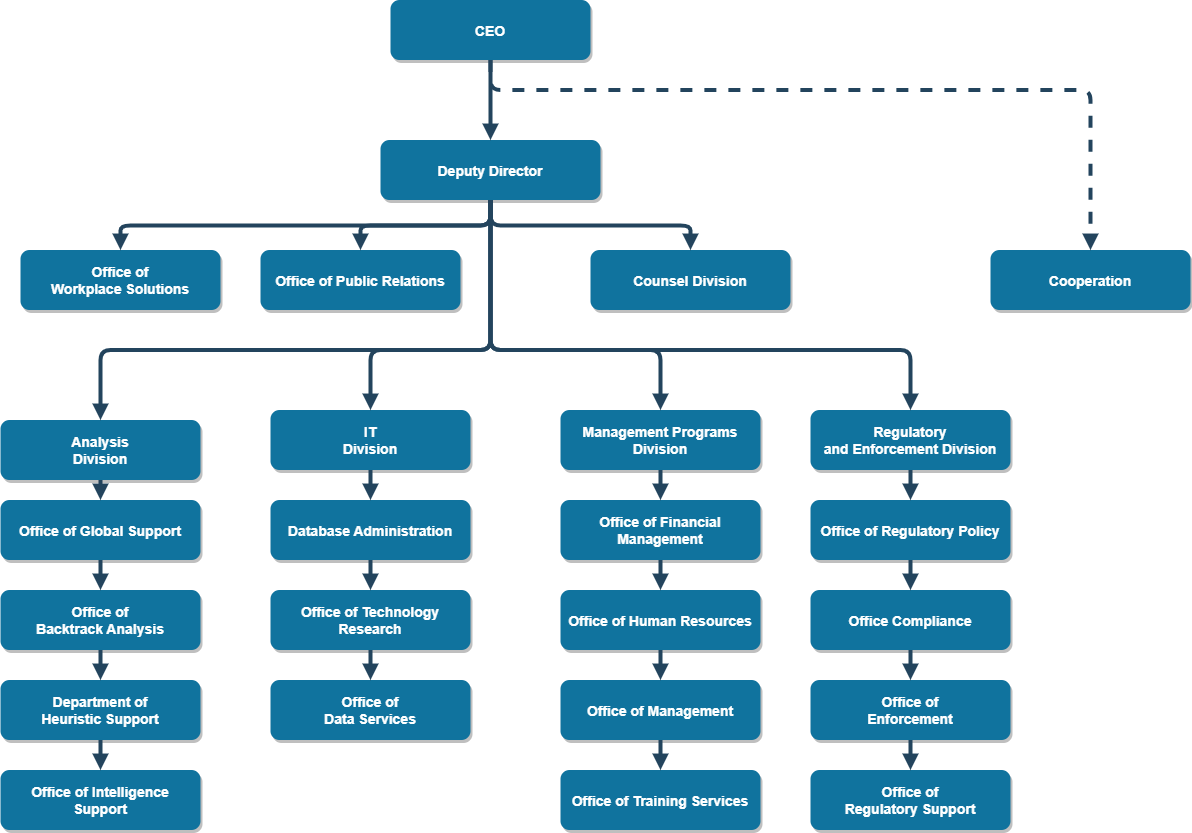
Before: Heirarchy of Project Modules/Frame(Event).drawio.png, a diagram exported from draw.io (kaisunoo/Acads). Source tidied: cells renumbered, new cells last; positions are measured from the earlier drawing's top-left corner, leaving out a move shared by most shapes.
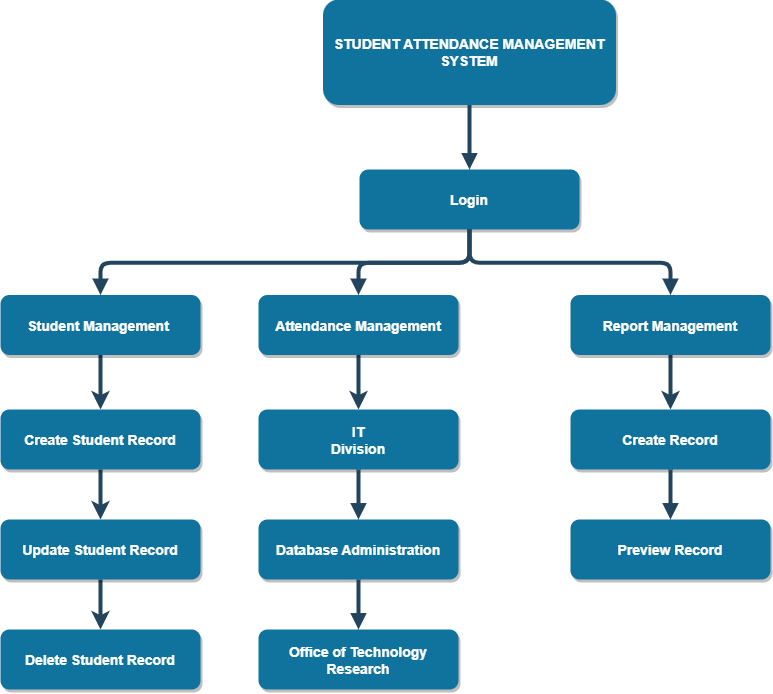
The same diagram one commit later.

Commit message:
Update Heirarchy of Project Modules/Frame(Event).drawio.png

Change to the diagram source:
```diff
@@ -2,81 +2,57 @@
   <root>
     <mxCell id="0" />
     <mxCell id="1" parent="0" />
-    <mxCell id="2" value="CEO" style="rounded=1;fillColor=#10739E;strokeColor=none;shadow=1;gradientColor=none;fontStyle=1;fontColor=#FFFFFF;fontSize=14;" parent="1" vertex="1">
-      <mxGeometry x="390" y="-0.5" width="200" height="60" as="geometry" />
+    <mxCell id="2" value="STUDENT ATTENDANCE MANAGEMENT &#10;SYSTEM" style="rounded=1;fillColor=#10739E;strokeColor=none;shadow=1;gradientColor=none;fontStyle=1;fontColor=#FFFFFF;fontSize=14;" parent="1" vertex="1">
+      <mxGeometry x="342.5" y="-46" width="293" height="105.5" as="geometry" />
     </mxCell>
-    <mxCell id="3" value="Deputy Director" style="rounded=1;fillColor=#10739E;strokeColor=none;shadow=1;gradientColor=none;fontStyle=1;fontColor=#FFFFFF;fontSize=14;" parent="1" vertex="1">
-      <mxGeometry x="380" y="139.5" width="220" height="60" as="geometry" />
+    <mxCell id="3" value="Login" style="rounded=1;fillColor=#10739E;strokeColor=none;shadow=1;gradientColor=none;fontStyle=1;fontColor=#FFFFFF;fontSize=14;" parent="1" vertex="1">
+      <mxGeometry x="379" y="124" width="220" height="60" as="geometry" />
     </mxCell>
+    <mxCell id="51" style="edgeStyle=orthogonalEdgeStyle;rounded=0;jettySize=auto;html=1;strokeWidth=4;strokeColor=#23445D;" parent="1" edge="1" source="4" target="8">
+      <mxGeometry relative="1" as="geometry" />
+    </mxCell>
-    <mxCell id="4" value="Office of &#10;Workplace Solutions" style="rounded=1;fillColor=#10739E;strokeColor=none;shadow=1;gradientColor=none;fontStyle=1;fontColor=#FFFFFF;fontSize=14;" parent="1" vertex="1">
+    <mxCell id="4" value="Student Management " style="rounded=1;fillColor=#10739E;strokeColor=none;shadow=1;gradientColor=none;fontStyle=1;fontColor=#FFFFFF;fontSize=14;" parent="1" vertex="1">
       <mxGeometry x="20" y="249.5" width="200" height="60" as="geometry" />
     </mxCell>
+    <mxCell id="52" style="edgeStyle=orthogonalEdgeStyle;rounded=0;jettySize=auto;html=1;exitX=0.5;exitY=1;exitDx=0;exitDy=0;entryX=0.5;entryY=0;entryDx=0;entryDy=0;strokeWidth=4;strokeColor=#23445D;" parent="1" edge="1" source="5" target="13">
+      <mxGeometry relative="1" as="geometry" />
+    </mxCell>
-    <mxCell id="5" value="Office of Public Relations" style="rounded=1;fillColor=#10739E;strokeColor=none;shadow=1;gradientColor=none;fontStyle=1;fontColor=#FFFFFF;fontSize=14;" parent="1" vertex="1">
-      <mxGeometry x="260" y="249.5" width="200" height="60" as="geometry" />
+    <mxCell id="5" value="Attendance Management" style="rounded=1;fillColor=#10739E;strokeColor=none;shadow=1;gradientColor=none;fontStyle=1;fontColor=#FFFFFF;fontSize=14;" parent="1" vertex="1">
+      <mxGeometry x="278" y="249.5" width="200" height="60" as="geometry" />
     </mxCell>
+    <mxCell id="53" style="edgeStyle=orthogonalEdgeStyle;rounded=0;jettySize=auto;html=1;exitX=0.5;exitY=1;exitDx=0;exitDy=0;entryX=0.5;entryY=0;entryDx=0;entryDy=0;strokeColor=#23445D;strokeWidth=4;" parent="1" edge="1" source="6" target="20">
+      <mxGeometry relative="1" as="geometry" />
+    </mxCell>
-    <mxCell id="6" value="Counsel Division" style="rounded=1;fillColor=#10739E;strokeColor=none;shadow=1;gradientColor=none;fontStyle=1;fontColor=#FFFFFF;fontSize=14;" parent="1" vertex="1">
+    <mxCell id="6" value="Report Management" style="rounded=1;fillColor=#10739E;strokeColor=none;shadow=1;gradientColor=none;fontStyle=1;fontColor=#FFFFFF;fontSize=14;" parent="1" vertex="1">
       <mxGeometry x="590" y="249.5" width="200" height="60" as="geometry" />
     </mxCell>
-    <mxCell id="7" value="Cooperation" style="rounded=1;fillColor=#10739E;strokeColor=none;shadow=1;gradientColor=none;fontStyle=1;fontColor=#FFFFFF;fontSize=14;" parent="1" vertex="1">
-      <mxGeometry x="990" y="249.5" width="200" height="60" as="geometry" />
-    </mxCell>
+    <mxCell id="54" style="edgeStyle=orthogonalEdgeStyle;rounded=0;jettySize=auto;html=1;exitX=0.5;exitY=1;exitDx=0;exitDy=0;entryX=0.5;entryY=0;entryDx=0;entryDy=0;strokeWidth=4;strokeColor=#23445D;" parent="1" edge="1" source="8" target="16">
+      <mxGeometry relative="1" as="geometry" />
+    </mxCell>
-    <mxCell id="8" value="Analysis &#10;Division" style="rounded=1;fillColor=#10739E;strokeColor=none;shadow=1;gradientColor=none;fontStyle=1;fontColor=#FFFFFF;fontSize=14;" parent="1" vertex="1">
-      <mxGeometry y="419.5" width="200" height="60" as="geometry" />
+    <mxCell id="8" value="Create Student Record" style="rounded=1;fillColor=#10739E;strokeColor=none;shadow=1;gradientColor=none;fontStyle=1;fontColor=#FFFFFF;fontSize=14;" parent="1" vertex="1">
+      <mxGeometry x="20" y="364" width="200" height="60" as="geometry" />
     </mxCell>
-    <mxCell id="9" value="Office of Global Support" style="rounded=1;fillColor=#10739E;strokeColor=none;shadow=1;gradientColor=none;fontStyle=1;fontColor=#FFFFFF;fontSize=14;" parent="1" vertex="1">
-      <mxGeometry y="499.5" width="200" height="60" as="geometry" />
-    </mxCell>
-    <mxCell id="10" value="Office of &#10;Backtrack Analysis" style="rounded=1;fillColor=#10739E;strokeColor=none;shadow=1;gradientColor=none;fontStyle=1;fontColor=#FFFFFF;fontSize=14;" parent="1" vertex="1">
-      <mxGeometry y="589.5" width="200" height="60" as="geometry" />
-    </mxCell>
-    <mxCell id="11" value="Department of &#10;Heuristic Support" style="rounded=1;fillColor=#10739E;strokeColor=none;shadow=1;gradientColor=none;fontStyle=1;fontColor=#FFFFFF;fontSize=14;" parent="1" vertex="1">
-      <mxGeometry y="679.5" width="200" height="60" as="geometry" />
-    </mxCell>
-    <mxCell id="12" value="Office of Intelligence &#10;Support" style="rounded=1;fillColor=#10739E;strokeColor=none;shadow=1;gradientColor=none;fontStyle=1;fontColor=#FFFFFF;fontSize=14;" parent="1" vertex="1">
-      <mxGeometry y="769.5" width="200" height="60" as="geometry" />
-    </mxCell>
     <mxCell id="13" value="IT&#10;Division" style="rounded=1;fillColor=#10739E;strokeColor=none;shadow=1;gradientColor=none;fontStyle=1;fontColor=#FFFFFF;fontSize=14;" parent="1" vertex="1">
-      <mxGeometry x="270" y="409.5" width="200" height="60" as="geometry" />
+      <mxGeometry x="278" y="364" width="200" height="60" as="geometry" />
     </mxCell>
     <mxCell id="14" value="Database Administration" style="rounded=1;fillColor=#10739E;strokeColor=none;shadow=1;gradientColor=none;fontStyle=1;fontColor=#FFFFFF;fontSize=14;" parent="1" vertex="1">
-      <mxGeometry x="270" y="499.5" width="200" height="60" as="geometry" />
+      <mxGeometry x="278" y="474" width="200" height="60" as="geometry" />
     </mxCell>
     <mxCell id="15" value="Office of Technology &#10;Research" style="rounded=1;fillColor=#10739E;strokeColor=none;shadow=1;gradientColor=none;fontStyle=1;fontColor=#FFFFFF;fontSize=14;" parent="1" vertex="1">
-      <mxGeometry x="270" y="589.5" width="200" height="60" as="geometry" />
+      <mxGeometry x="278" y="584" width="200" height="60" as="geometry" />
     </mxCell>
+    <mxCell id="55" style="edgeStyle=orthogonalEdgeStyle;rounded=0;jettySize=auto;html=1;exitX=0.5;exitY=1;exitDx=0;exitDy=0;entryX=0.5;entryY=0;entryDx=0;entryDy=0;strokeWidth=4;strokeColor=#23445D;" parent="1" edge="1" source="16" target="56">
+      <mxGeometry relative="1" as="geometry" />
+    </mxCell>
-    <mxCell id="16" value="Office of&#10;Data Services" style="rounded=1;fillColor=#10739E;strokeColor=none;shadow=1;gradientColor=none;fontStyle=1;fontColor=#FFFFFF;fontSize=14;" parent="1" vertex="1">
-      <mxGeometry x="270" y="679.5" width="200" height="60" as="geometry" />
+    <mxCell id="16" value="Update Student Record" style="rounded=1;fillColor=#10739E;strokeColor=none;shadow=1;gradientColor=none;fontStyle=1;fontColor=#FFFFFF;fontSize=14;" parent="1" vertex="1">
+      <mxGeometry x="20" y="474" width="200" height="60" as="geometry" />
     </mxCell>
-    <mxCell id="17" value="Management Programs &#10;Division" style="rounded=1;fillColor=#10739E;strokeColor=none;shadow=1;gradientColor=none;fontStyle=1;fontColor=#FFFFFF;fontSize=14;" parent="1" vertex="1">
-      <mxGeometry x="560" y="409.5" width="200" height="60" as="geometry" />
-    </mxCell>
-    <mxCell id="18" value="Office of Financial &#10;Management" style="rounded=1;fillColor=#10739E;strokeColor=none;shadow=1;gradientColor=none;fontStyle=1;fontColor=#FFFFFF;fontSize=14;" parent="1" vertex="1">
-      <mxGeometry x="560" y="499.5" width="200" height="60" as="geometry" />
-    </mxCell>
-    <mxCell id="19" value="Office of Human Resources" style="rounded=1;fillColor=#10739E;strokeColor=none;shadow=1;gradientColor=none;fontStyle=1;fontColor=#FFFFFF;fontSize=14;" parent="1" vertex="1">
-      <mxGeometry x="560" y="589.5" width="200" height="60" as="geometry" />
-    </mxCell>
-    <mxCell id="20" value="Office of Management " style="rounded=1;fillColor=#10739E;strokeColor=none;shadow=1;gradientColor=none;fontStyle=1;fontColor=#FFFFFF;fontSize=14;" parent="1" vertex="1">
-      <mxGeometry x="560" y="679.5" width="200" height="60" as="geometry" />
+    <mxCell id="20" value="Create Record" style="rounded=1;fillColor=#10739E;strokeColor=none;shadow=1;gradientColor=none;fontStyle=1;fontColor=#FFFFFF;fontSize=14;" parent="1" vertex="1">
+      <mxGeometry x="590" y="364" width="200" height="60" as="geometry" />
     </mxCell>
-    <mxCell id="21" value="Office of Training Services" style="rounded=1;fillColor=#10739E;strokeColor=none;shadow=1;gradientColor=none;fontStyle=1;fontColor=#FFFFFF;fontSize=14;" parent="1" vertex="1">
-      <mxGeometry x="560" y="769.5" width="200" height="60" as="geometry" />
+    <mxCell id="21" value="Preview Record" style="rounded=1;fillColor=#10739E;strokeColor=none;shadow=1;gradientColor=none;fontStyle=1;fontColor=#FFFFFF;fontSize=14;" parent="1" vertex="1">
+      <mxGeometry x="590" y="474" width="200" height="60" as="geometry" />
     </mxCell>
-    <mxCell id="22" value="Regulatory &#10;and Enforcement Division" style="rounded=1;fillColor=#10739E;strokeColor=none;shadow=1;gradientColor=none;fontStyle=1;fontColor=#FFFFFF;fontSize=14;" parent="1" vertex="1">
-      <mxGeometry x="810" y="409.5" width="200" height="60" as="geometry" />
-    </mxCell>
-    <mxCell id="23" value="Office of Regulatory Policy" style="rounded=1;fillColor=#10739E;strokeColor=none;shadow=1;gradientColor=none;fontStyle=1;fontColor=#FFFFFF;fontSize=14;" parent="1" vertex="1">
-      <mxGeometry x="810" y="499.5" width="200" height="60" as="geometry" />
-    </mxCell>
-    <mxCell id="24" value="Office Compliance" style="rounded=1;fillColor=#10739E;strokeColor=none;shadow=1;gradientColor=none;fontStyle=1;fontColor=#FFFFFF;fontSize=14;" parent="1" vertex="1">
-      <mxGeometry x="810" y="589.5" width="200" height="60" as="geometry" />
-    </mxCell>
-    <mxCell id="25" value="Office of &#10;Enforcement" style="rounded=1;fillColor=#10739E;strokeColor=none;shadow=1;gradientColor=none;fontStyle=1;fontColor=#FFFFFF;fontSize=14;" parent="1" vertex="1">
-      <mxGeometry x="810" y="679.5" width="200" height="60" as="geometry" />
-    </mxCell>
-    <mxCell id="26" value="Office of&#10; Regulatory Support" style="rounded=1;fillColor=#10739E;strokeColor=none;shadow=1;gradientColor=none;fontStyle=1;fontColor=#FFFFFF;fontSize=14;" parent="1" vertex="1">
-      <mxGeometry x="810" y="769.5" width="200" height="60" as="geometry" />
-    </mxCell>
     <mxCell id="27" style="edgeStyle=elbowEdgeStyle;elbow=vertical;strokeWidth=4;endArrow=block;endFill=1;fontStyle=1;strokeColor=#23445D;" parent="1" edge="1" source="2" target="3">
       <mxGeometry x="22" y="165.5" as="geometry" />
     </mxCell>
@@ -89,85 +65,17 @@
     <mxCell id="30" style="edgeStyle=elbowEdgeStyle;elbow=vertical;strokeWidth=4;endArrow=block;endFill=1;fontStyle=1;strokeColor=#23445D;" parent="1" edge="1" source="3" target="6">
       <mxGeometry x="22" y="165.5" as="geometry" />
     </mxCell>
-    <mxCell id="31" style="edgeStyle=elbowEdgeStyle;elbow=vertical;strokeWidth=4;endArrow=block;endFill=1;fontStyle=1;dashed=1;strokeColor=#23445D;" parent="1" edge="1" source="2" target="7">
-      <mxGeometry x="22" y="165.5" as="geometry">
-        <Array as="points">
-          <mxPoint x="780" y="89.5" />
-        </Array>
-      </mxGeometry>
-    </mxCell>
-    <mxCell id="32" style="edgeStyle=elbowEdgeStyle;elbow=vertical;strokeWidth=4;endArrow=block;endFill=1;fontStyle=1;strokeColor=#23445D;" parent="1" edge="1" source="3" target="8">
-      <mxGeometry x="22" y="165.5" as="geometry">
-        <Array as="points">
-          <mxPoint x="270" y="349.5" />
-        </Array>
-      </mxGeometry>
-    </mxCell>
-    <mxCell id="33" style="edgeStyle=elbowEdgeStyle;elbow=vertical;strokeWidth=4;endArrow=block;endFill=1;fontStyle=1;strokeColor=#23445D;" parent="1" edge="1" source="3" target="22">
-      <mxGeometry x="22" y="165.5" as="geometry">
-        <Array as="points">
-          <mxPoint x="690" y="349.5" />
-        </Array>
-      </mxGeometry>
-    </mxCell>
-    <mxCell id="34" style="edgeStyle=elbowEdgeStyle;elbow=vertical;strokeWidth=4;endArrow=block;endFill=1;fontStyle=1;strokeColor=#23445D;" parent="1" edge="1" source="8" target="9">
-      <mxGeometry x="62" y="165.5" as="geometry" />
-    </mxCell>
-    <mxCell id="35" style="edgeStyle=elbowEdgeStyle;elbow=vertical;strokeWidth=4;endArrow=block;endFill=1;fontStyle=1;strokeColor=#23445D;" parent="1" edge="1" source="9" target="10">
-      <mxGeometry x="62" y="175.5" as="geometry" />
-    </mxCell>
-    <mxCell id="36" style="edgeStyle=elbowEdgeStyle;elbow=vertical;strokeWidth=4;endArrow=block;endFill=1;fontStyle=1;strokeColor=#23445D;" parent="1" edge="1" source="10" target="11">
-      <mxGeometry x="62" y="185.5" as="geometry" />
-    </mxCell>
-    <mxCell id="37" style="edgeStyle=elbowEdgeStyle;elbow=vertical;strokeWidth=4;endArrow=block;endFill=1;fontStyle=1;strokeColor=#23445D;" parent="1" edge="1" source="11" target="12">
-      <mxGeometry x="62" y="195.5" as="geometry" />
-    </mxCell>
     <mxCell id="38" style="edgeStyle=elbowEdgeStyle;elbow=vertical;strokeWidth=4;endArrow=block;endFill=1;fontStyle=1;strokeColor=#23445D;" parent="1" edge="1" source="13" target="14">
       <mxGeometry x="62" y="165.5" as="geometry" />
     </mxCell>
     <mxCell id="39" style="edgeStyle=elbowEdgeStyle;elbow=vertical;strokeWidth=4;endArrow=block;endFill=1;fontStyle=1;strokeColor=#23445D;" parent="1" edge="1" source="14" target="15">
       <mxGeometry x="62" y="175.5" as="geometry" />
     </mxCell>
-    <mxCell id="40" style="edgeStyle=elbowEdgeStyle;elbow=vertical;strokeWidth=4;endArrow=block;endFill=1;fontStyle=1;strokeColor=#23445D;" parent="1" edge="1" source="15" target="16">
-      <mxGeometry x="62" y="185.5" as="geometry" />
-    </mxCell>
-    <mxCell id="41" style="edgeStyle=elbowEdgeStyle;elbow=vertical;strokeWidth=4;endArrow=block;endFill=1;fontStyle=1;strokeColor=#23445D;" parent="1" edge="1" source="17" target="18">
-      <mxGeometry x="72" y="165.5" as="geometry" />
-    </mxCell>
-    <mxCell id="42" style="edgeStyle=elbowEdgeStyle;elbow=vertical;strokeWidth=4;endArrow=block;endFill=1;fontStyle=1;strokeColor=#23445D;" parent="1" edge="1" source="18" target="19">
-      <mxGeometry x="72" y="175.5" as="geometry" />
-    </mxCell>
-    <mxCell id="43" style="edgeStyle=elbowEdgeStyle;elbow=vertical;strokeWidth=4;endArrow=block;endFill=1;fontStyle=1;strokeColor=#23445D;" parent="1" edge="1" source="19" target="20">
-      <mxGeometry x="72" y="185.5" as="geometry" />
-    </mxCell>
     <mxCell id="44" style="edgeStyle=elbowEdgeStyle;elbow=vertical;strokeWidth=4;endArrow=block;endFill=1;fontStyle=1;strokeColor=#23445D;" parent="1" edge="1" source="20" target="21">
       <mxGeometry x="72" y="195.5" as="geometry" />
     </mxCell>
-    <mxCell id="45" style="edgeStyle=elbowEdgeStyle;elbow=vertical;strokeWidth=4;endArrow=block;endFill=1;fontStyle=1;strokeColor=#23445D;" parent="1" edge="1" source="22" target="23">
-      <mxGeometry x="72" y="165.5" as="geometry" />
-    </mxCell>
-    <mxCell id="46" style="edgeStyle=elbowEdgeStyle;elbow=vertical;strokeWidth=4;endArrow=block;endFill=1;fontStyle=1;strokeColor=#23445D;" parent="1" edge="1" source="23" target="24">
-      <mxGeometry x="72" y="175.5" as="geometry" />
-    </mxCell>
-    <mxCell id="47" style="edgeStyle=elbowEdgeStyle;elbow=vertical;strokeWidth=4;endArrow=block;endFill=1;fontStyle=1;strokeColor=#23445D;" parent="1" edge="1" source="24" target="25">
-      <mxGeometry x="72" y="185.5" as="geometry" />
-    </mxCell>
-    <mxCell id="48" style="edgeStyle=elbowEdgeStyle;elbow=vertical;strokeWidth=4;endArrow=block;endFill=1;fontStyle=1;strokeColor=#23445D;" parent="1" edge="1" source="25" target="26">
-      <mxGeometry x="72" y="195.5" as="geometry" />
-    </mxCell>
-    <mxCell id="49" style="edgeStyle=elbowEdgeStyle;elbow=vertical;strokeWidth=4;endArrow=block;endFill=1;fontStyle=1;strokeColor=#23445D;" parent="1" edge="1" source="3" target="13">
-      <mxGeometry x="22" y="165.5" as="geometry">
-        <Array as="points">
-          <mxPoint x="370" y="349.5" />
-        </Array>
-      </mxGeometry>
-    </mxCell>
-    <mxCell id="50" style="edgeStyle=elbowEdgeStyle;elbow=vertical;strokeWidth=4;endArrow=block;endFill=1;fontStyle=1;strokeColor=#23445D;" parent="1" edge="1" source="3" target="17">
-      <mxGeometry x="22" y="165.5" as="geometry">
-        <Array as="points">
-          <mxPoint x="660" y="349.5" />
-        </Array>
-      </mxGeometry>
-    </mxCell>
+    <mxCell id="56" value="Delete Student Record" style="rounded=1;fillColor=#10739E;strokeColor=none;shadow=1;gradientColor=none;fontStyle=1;fontColor=#FFFFFF;fontSize=14;" parent="1" vertex="1">
+      <mxGeometry x="20" y="584" width="200" height="60" as="geometry" />
+    </mxCell>
   </root>
 </mxGraphModel>
```
